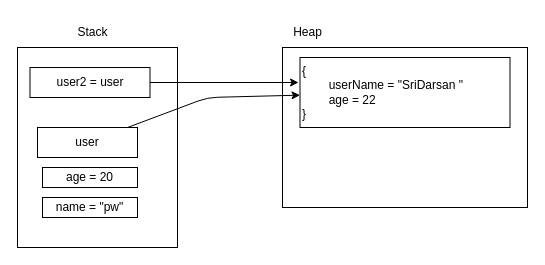
Before: 01_Introduction to JS/heapAndStack.drawio in Sri170303/Basic-JavaScript, a draw.io diagram. Source tidied: cells renumbered, new cells numbered last; positions are measured from the earlier drawing's top-left corner, leaving out a move shared by most shapes. Both pictures are drawn from the tidied source at 100%, with x=0, y=0 at pixel (17, 17).
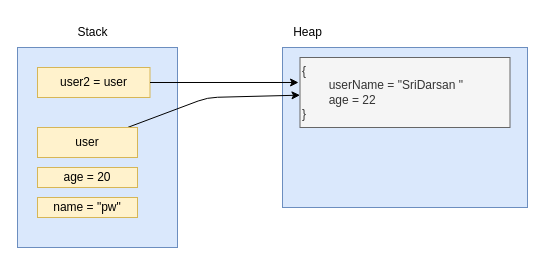
The same diagram, later.

What changed in the source:
```diff
@@
 <mxGraphModel>
   <root>
     <mxCell id="0" />
     <mxCell id="1" parent="0" />
-    <mxCell id="2" style="rounded=0;whiteSpace=wrap;html=1;" parent="1" vertex="1">
+    <mxCell id="2" style="rounded=0;whiteSpace=wrap;html=1;fillColor=#dae8fc;strokeColor=#6c8ebf;" parent="1" vertex="1">
       <mxGeometry y="30" width="160" height="200" as="geometry" />
     </mxCell>
     <mxCell id="3" value="Stack" style="text;html=1;align=center;verticalAlign=middle;strokeColor=none;fillColor=none;" parent="1" vertex="1">
       <mxGeometry x="50" width="50" height="30" as="geometry" />
     </mxCell>
-    <mxCell id="4" style="rounded=0;whiteSpace=wrap;html=1;" parent="1" vertex="1">
+    <mxCell id="4" style="rounded=0;whiteSpace=wrap;html=1;fillColor=#dae8fc;strokeColor=#6c8ebf;" parent="1" vertex="1">
       <mxGeometry x="265" y="30" width="245" height="160" as="geometry" />
     </mxCell>
     <mxCell id="5" value="Heap" style="text;html=1;align=center;verticalAlign=middle;strokeColor=none;fillColor=none;" parent="1" vertex="1">
       <mxGeometry x="265" width="50" height="30" as="geometry" />
     </mxCell>
-    <mxCell id="6" value="name = &quot;pw&quot;" style="rounded=0;whiteSpace=wrap;html=1;" parent="1" vertex="1">
-      <mxGeometry x="25" y="180" width="95" height="20" as="geometry" />
+    <mxCell id="6" value="name = &quot;pw&quot;" style="rounded=0;whiteSpace=wrap;html=1;fillColor=#fff2cc;strokeColor=#d6b656;" parent="1" vertex="1">
+      <mxGeometry x="20" y="180" width="100" height="20" as="geometry" />
     </mxCell>
-    <mxCell id="7" value="age = 20" style="rounded=0;whiteSpace=wrap;html=1;" parent="1" vertex="1">
-      <mxGeometry x="25" y="150" width="95" height="20" as="geometry" />
+    <mxCell id="7" value="age = 20" style="rounded=0;whiteSpace=wrap;html=1;fillColor=#fff2cc;strokeColor=#d6b656;" parent="1" vertex="1">
+      <mxGeometry x="20" y="150" width="100" height="20" as="geometry" />
     </mxCell>
     <mxCell id="8" style="edgeStyle=none;html=1;" parent="1" edge="1" source="9" target="10">
       <mxGeometry relative="1" as="geometry">
         <Array as="points">
           <mxPoint x="190" y="80" />
         </Array>
       </mxGeometry>
     </mxCell>
-    <mxCell id="9" value="user" style="rounded=0;whiteSpace=wrap;html=1;" parent="1" vertex="1">
+    <mxCell id="9" value="user" style="rounded=0;whiteSpace=wrap;html=1;fillColor=#fff2cc;strokeColor=#d6b656;" parent="1" vertex="1">
       <mxGeometry x="20" y="110" width="100" height="30" as="geometry" />
     </mxCell>
-    <mxCell id="10" value="{&lt;div&gt;&lt;span style=&quot;white-space: pre;&quot;&gt;&#9;&lt;/span&gt;userName = &quot;SriDarsan &quot;&lt;/div&gt;&lt;div&gt;&lt;span style=&quot;white-space: pre;&quot;&gt;&#9;&lt;/span&gt;age = 22&lt;/div&gt;&lt;div&gt;}&lt;/div&gt;" style="rounded=0;whiteSpace=wrap;html=1;align=left;" parent="1" vertex="1">
+    <mxCell id="10" value="{&lt;div&gt;&lt;span style=&quot;white-space: pre;&quot;&gt;&#9;&lt;/span&gt;userName = &quot;SriDarsan &quot;&lt;/div&gt;&lt;div&gt;&lt;span style=&quot;white-space: pre;&quot;&gt;&#9;&lt;/span&gt;age = 22&lt;/div&gt;&lt;div&gt;}&lt;/div&gt;" style="rounded=0;whiteSpace=wrap;html=1;align=left;fillColor=#f5f5f5;fontColor=#333333;strokeColor=#666666;" parent="1" vertex="1">
       <mxGeometry x="282.5" y="40" width="210" height="70" as="geometry" />
     </mxCell>
-    <mxCell id="11" value="user2 = user" style="rounded=0;whiteSpace=wrap;html=1;" parent="1" vertex="1">
-      <mxGeometry x="12.5" y="50" width="120" height="30" as="geometry" />
+    <mxCell id="11" value="user2 = user" style="rounded=0;whiteSpace=wrap;html=1;fillColor=#fff2cc;strokeColor=#d6b656;" parent="1" vertex="1">
+      <mxGeometry x="20" y="50" width="112.5" height="30" as="geometry" />
     </mxCell>
     <mxCell id="12" style="edgeStyle=none;html=1;exitX=1;exitY=0.5;exitDx=0;exitDy=0;entryX=-0.007;entryY=0.357;entryDx=0;entryDy=0;entryPerimeter=0;" parent="1" edge="1" source="11" target="10">
       <mxGeometry relative="1" as="geometry" />
     </mxCell>
   </root>
 </mxGraphModel>
```
